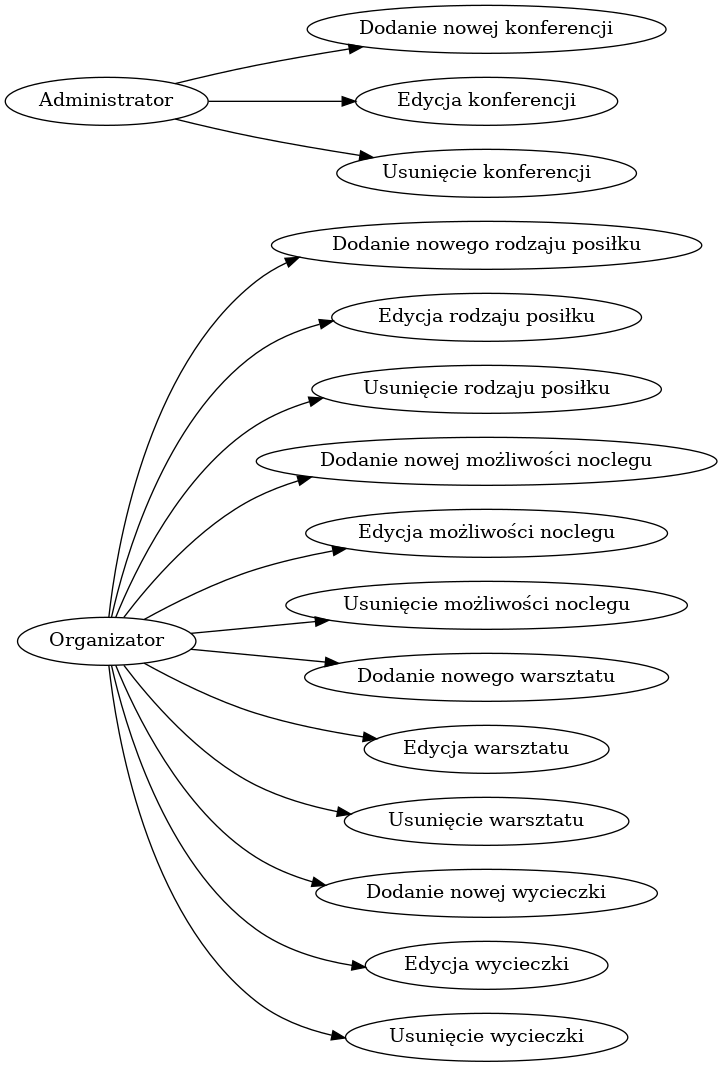
Above: przypadki.png in zyla/iop_konferencja (Graphviz), before the change. Its source is kept beside it as przypadki.dot. Source of this version:
```dot
digraph { rankdir=LR; "Organizator" -> "Dodanie nowego rodzaju posiłku"
"Organizator" -> "Edycja rodzaju posiłku"
"Organizator" -> "Usunięcie rodzaju posiłku"
"Organizator" -> "Dodanie nowej możliwości noclegu"
"Organizator" -> "Edycja możliwości noclegu"
"Organizator" -> "Usunięcie możliwości noclegu"
"Organizator" -> "Dodanie nowego warsztatu"
"Organizator" -> "Edycja warsztatu"
"Organizator" -> "Usunięcie warsztatu"
"Organizator" -> "Dodanie nowej wycieczki"
"Organizator" -> "Edycja wycieczki"
"Organizator" -> "Usunięcie wycieczki"
"Administrator" -> "Dodanie nowej konferencji"
"Administrator" -> "Edycja konferencji"
"Administrator" -> "Usunięcie konferencji"
 }
```
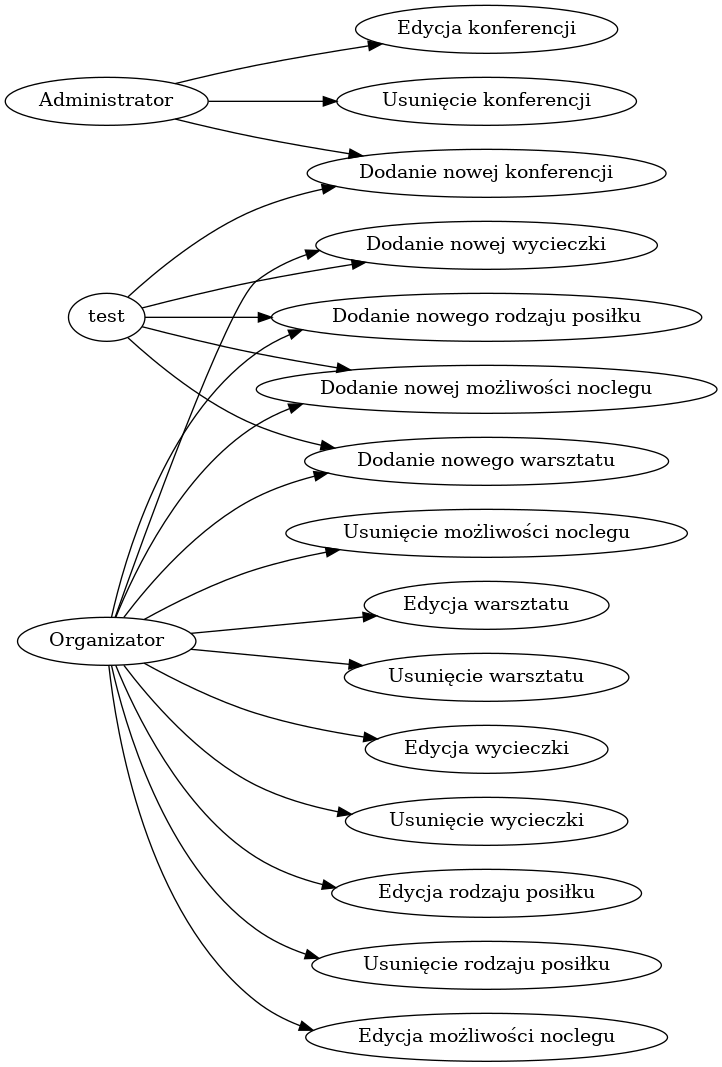
After the commit.

Change to the diagram source:
```diff
@@ -1,16 +1,21 @@
 digraph { rankdir=LR; "Organizator" -> "Dodanie nowego rodzaju posiłku"
+"test" -> "Dodanie nowego rodzaju posiłku"
 "Organizator" -> "Edycja rodzaju posiłku"
 "Organizator" -> "Usunięcie rodzaju posiłku"
 "Organizator" -> "Dodanie nowej możliwości noclegu"
+"test" -> "Dodanie nowej możliwości noclegu"
 "Organizator" -> "Edycja możliwości noclegu"
 "Organizator" -> "Usunięcie możliwości noclegu"
 "Organizator" -> "Dodanie nowego warsztatu"
+"test" -> "Dodanie nowego warsztatu"
 "Organizator" -> "Edycja warsztatu"
 "Organizator" -> "Usunięcie warsztatu"
 "Organizator" -> "Dodanie nowej wycieczki"
+"test" -> "Dodanie nowej wycieczki"
 "Organizator" -> "Edycja wycieczki"
 "Organizator" -> "Usunięcie wycieczki"
 "Administrator" -> "Dodanie nowej konferencji"
+"test" -> "Dodanie nowej konferencji"
 "Administrator" -> "Edycja konferencji"
 "Administrator" -> "Usunięcie konferencji"
  }
```
